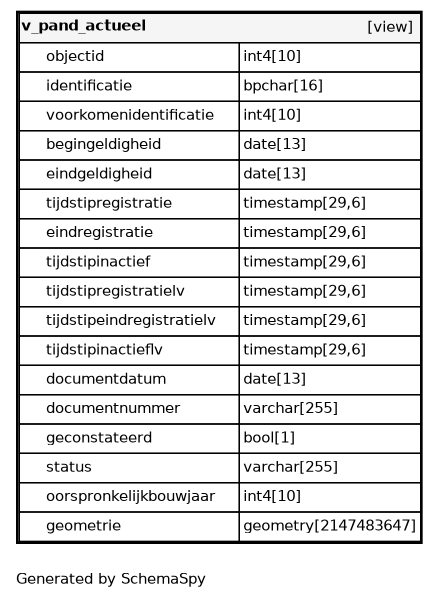
The Graphviz diagram datamodel/schemaspy/bag/diagrams/tables/v_pand_actueel.1degree.png in B3Partners/brmo, before a commit. Its source is kept beside it as datamodel/schemaspy/bag/diagrams/tables/v_pand_actueel.1degree.dot.
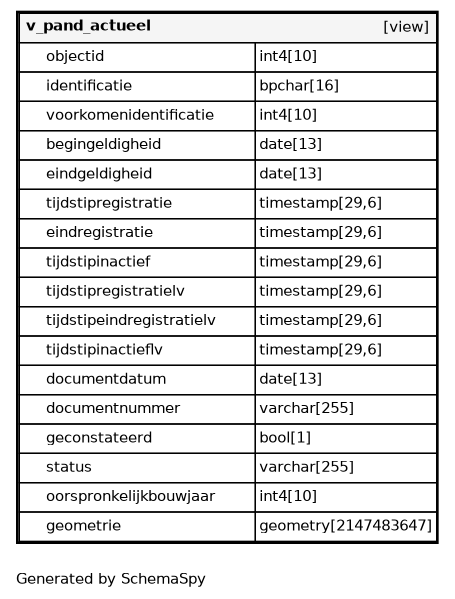
Later version of the same file.

Change to the diagram source:
```diff
@@ -1,26 +1,26 @@
 digraph "oneDegreeRelationshipsDiagram" {
-  graph [    rankdir="RL"    bgcolor="#ffffff"    label="\nGenerated by SchemaSpy"    labeljust="l"    nodesep="0.18"    ranksep="0.46"    fontname="Helvetica"    fontsize="11"    ration="compress"  ];  node [    fontname="Helvetica"    fontsize="11"    shape="plaintext"  ];  edge [    arrowsize="0.8"  ];
+  graph [    rankdir="RL"    bgcolor="#ffffff"    label="\nGenerated by SchemaSpy"    labeljust="l"    nodesep="0.18"    ranksep="0.46"    fontname="Helvetica"    fontsize="11"    packmode="graph"  ];  node [    fontname="Helvetica"    fontsize="11"    shape="plaintext"  ];  edge [    arrowsize="0.8"  ];
   "v_pand_actueel" [
    label=<
     <TABLE BORDER="2" CELLBORDER="1" CELLSPACING="0" BGCOLOR="#ffffff">
-      <TR><TD COLSPAN="4"  BGCOLOR="#f5f5f5"><TABLE BORDER="0" CELLSPACING="0"><TR><TD ALIGN="LEFT" FIXEDSIZE="TRUE" WIDTH="91" HEIGHT="16"><B>v_pand_actueel</B></TD><TD ALIGN="RIGHT">[view]</TD></TR></TABLE></TD></TR>
-      <TR><TD PORT="objectid" COLSPAN="2" ALIGN="LEFT"><TABLE BORDER="0" CELLSPACING="0" ALIGN="LEFT"><TR ALIGN="LEFT"><TD ALIGN="LEFT" FIXEDSIZE="TRUE" WIDTH="15" HEIGHT="16"></TD><TD ALIGN="LEFT" FIXEDSIZE="TRUE" WIDTH="144" HEIGHT="16">objectid</TD></TR></TABLE></TD><TD PORT="objectid.type" ALIGN="LEFT">int4[10]</TD></TR>
-      <TR><TD PORT="identificatie" COLSPAN="2" ALIGN="LEFT"><TABLE BORDER="0" CELLSPACING="0" ALIGN="LEFT"><TR ALIGN="LEFT"><TD ALIGN="LEFT" FIXEDSIZE="TRUE" WIDTH="15" HEIGHT="16"></TD><TD ALIGN="LEFT" FIXEDSIZE="TRUE" WIDTH="144" HEIGHT="16">identificatie</TD></TR></TABLE></TD><TD PORT="identificatie.type" ALIGN="LEFT">bpchar[16]</TD></TR>
-      <TR><TD PORT="voorkomenidentificatie" COLSPAN="2" ALIGN="LEFT"><TABLE BORDER="0" CELLSPACING="0" ALIGN="LEFT"><TR ALIGN="LEFT"><TD ALIGN="LEFT" FIXEDSIZE="TRUE" WIDTH="15" HEIGHT="16"></TD><TD ALIGN="LEFT" FIXEDSIZE="TRUE" WIDTH="144" HEIGHT="16">voorkomenidentificatie</TD></TR></TABLE></TD><TD PORT="voorkomenidentificatie.type" ALIGN="LEFT">int4[10]</TD></TR>
-      <TR><TD PORT="begingeldigheid" COLSPAN="2" ALIGN="LEFT"><TABLE BORDER="0" CELLSPACING="0" ALIGN="LEFT"><TR ALIGN="LEFT"><TD ALIGN="LEFT" FIXEDSIZE="TRUE" WIDTH="15" HEIGHT="16"></TD><TD ALIGN="LEFT" FIXEDSIZE="TRUE" WIDTH="144" HEIGHT="16">begingeldigheid</TD></TR></TABLE></TD><TD PORT="begingeldigheid.type" ALIGN="LEFT">date[13]</TD></TR>
-      <TR><TD PORT="eindgeldigheid" COLSPAN="2" ALIGN="LEFT"><TABLE BORDER="0" CELLSPACING="0" ALIGN="LEFT"><TR ALIGN="LEFT"><TD ALIGN="LEFT" FIXEDSIZE="TRUE" WIDTH="15" HEIGHT="16"></TD><TD ALIGN="LEFT" FIXEDSIZE="TRUE" WIDTH="144" HEIGHT="16">eindgeldigheid</TD></TR></TABLE></TD><TD PORT="eindgeldigheid.type" ALIGN="LEFT">date[13]</TD></TR>
-      <TR><TD PORT="tijdstipregistratie" COLSPAN="2" ALIGN="LEFT"><TABLE BORDER="0" CELLSPACING="0" ALIGN="LEFT"><TR ALIGN="LEFT"><TD ALIGN="LEFT" FIXEDSIZE="TRUE" WIDTH="15" HEIGHT="16"></TD><TD ALIGN="LEFT" FIXEDSIZE="TRUE" WIDTH="144" HEIGHT="16">tijdstipregistratie</TD></TR></TABLE></TD><TD PORT="tijdstipregistratie.type" ALIGN="LEFT">timestamp[29,6]</TD></TR>
-      <TR><TD PORT="eindregistratie" COLSPAN="2" ALIGN="LEFT"><TABLE BORDER="0" CELLSPACING="0" ALIGN="LEFT"><TR ALIGN="LEFT"><TD ALIGN="LEFT" FIXEDSIZE="TRUE" WIDTH="15" HEIGHT="16"></TD><TD ALIGN="LEFT" FIXEDSIZE="TRUE" WIDTH="144" HEIGHT="16">eindregistratie</TD></TR></TABLE></TD><TD PORT="eindregistratie.type" ALIGN="LEFT">timestamp[29,6]</TD></TR>
-      <TR><TD PORT="tijdstipinactief" COLSPAN="2" ALIGN="LEFT"><TABLE BORDER="0" CELLSPACING="0" ALIGN="LEFT"><TR ALIGN="LEFT"><TD ALIGN="LEFT" FIXEDSIZE="TRUE" WIDTH="15" HEIGHT="16"></TD><TD ALIGN="LEFT" FIXEDSIZE="TRUE" WIDTH="144" HEIGHT="16">tijdstipinactief</TD></TR></TABLE></TD><TD PORT="tijdstipinactief.type" ALIGN="LEFT">timestamp[29,6]</TD></TR>
-      <TR><TD PORT="tijdstipregistratielv" COLSPAN="2" ALIGN="LEFT"><TABLE BORDER="0" CELLSPACING="0" ALIGN="LEFT"><TR ALIGN="LEFT"><TD ALIGN="LEFT" FIXEDSIZE="TRUE" WIDTH="15" HEIGHT="16"></TD><TD ALIGN="LEFT" FIXEDSIZE="TRUE" WIDTH="144" HEIGHT="16">tijdstipregistratielv</TD></TR></TABLE></TD><TD PORT="tijdstipregistratielv.type" ALIGN="LEFT">timestamp[29,6]</TD></TR>
-      <TR><TD PORT="tijdstipeindregistratielv" COLSPAN="2" ALIGN="LEFT"><TABLE BORDER="0" CELLSPACING="0" ALIGN="LEFT"><TR ALIGN="LEFT"><TD ALIGN="LEFT" FIXEDSIZE="TRUE" WIDTH="15" HEIGHT="16"></TD><TD ALIGN="LEFT" FIXEDSIZE="TRUE" WIDTH="144" HEIGHT="16">tijdstipeindregistratielv</TD></TR></TABLE></TD><TD PORT="tijdstipeindregistratielv.type" ALIGN="LEFT">timestamp[29,6]</TD></TR>
-      <TR><TD PORT="tijdstipinactieflv" COLSPAN="2" ALIGN="LEFT"><TABLE BORDER="0" CELLSPACING="0" ALIGN="LEFT"><TR ALIGN="LEFT"><TD ALIGN="LEFT" FIXEDSIZE="TRUE" WIDTH="15" HEIGHT="16"></TD><TD ALIGN="LEFT" FIXEDSIZE="TRUE" WIDTH="144" HEIGHT="16">tijdstipinactieflv</TD></TR></TABLE></TD><TD PORT="tijdstipinactieflv.type" ALIGN="LEFT">timestamp[29,6]</TD></TR>
-      <TR><TD PORT="documentdatum" COLSPAN="2" ALIGN="LEFT"><TABLE BORDER="0" CELLSPACING="0" ALIGN="LEFT"><TR ALIGN="LEFT"><TD ALIGN="LEFT" FIXEDSIZE="TRUE" WIDTH="15" HEIGHT="16"></TD><TD ALIGN="LEFT" FIXEDSIZE="TRUE" WIDTH="144" HEIGHT="16">documentdatum</TD></TR></TABLE></TD><TD PORT="documentdatum.type" ALIGN="LEFT">date[13]</TD></TR>
-      <TR><TD PORT="documentnummer" COLSPAN="2" ALIGN="LEFT"><TABLE BORDER="0" CELLSPACING="0" ALIGN="LEFT"><TR ALIGN="LEFT"><TD ALIGN="LEFT" FIXEDSIZE="TRUE" WIDTH="15" HEIGHT="16"></TD><TD ALIGN="LEFT" FIXEDSIZE="TRUE" WIDTH="144" HEIGHT="16">documentnummer</TD></TR></TABLE></TD><TD PORT="documentnummer.type" ALIGN="LEFT">varchar[255]</TD></TR>
-      <TR><TD PORT="geconstateerd" COLSPAN="2" ALIGN="LEFT"><TABLE BORDER="0" CELLSPACING="0" ALIGN="LEFT"><TR ALIGN="LEFT"><TD ALIGN="LEFT" FIXEDSIZE="TRUE" WIDTH="15" HEIGHT="16"></TD><TD ALIGN="LEFT" FIXEDSIZE="TRUE" WIDTH="144" HEIGHT="16">geconstateerd</TD></TR></TABLE></TD><TD PORT="geconstateerd.type" ALIGN="LEFT">bool[1]</TD></TR>
-      <TR><TD PORT="status" COLSPAN="2" ALIGN="LEFT"><TABLE BORDER="0" CELLSPACING="0" ALIGN="LEFT"><TR ALIGN="LEFT"><TD ALIGN="LEFT" FIXEDSIZE="TRUE" WIDTH="15" HEIGHT="16"></TD><TD ALIGN="LEFT" FIXEDSIZE="TRUE" WIDTH="144" HEIGHT="16">status</TD></TR></TABLE></TD><TD PORT="status.type" ALIGN="LEFT">varchar[255]</TD></TR>
-      <TR><TD PORT="oorspronkelijkbouwjaar" COLSPAN="2" ALIGN="LEFT"><TABLE BORDER="0" CELLSPACING="0" ALIGN="LEFT"><TR ALIGN="LEFT"><TD ALIGN="LEFT" FIXEDSIZE="TRUE" WIDTH="15" HEIGHT="16"></TD><TD ALIGN="LEFT" FIXEDSIZE="TRUE" WIDTH="144" HEIGHT="16">oorspronkelijkbouwjaar</TD></TR></TABLE></TD><TD PORT="oorspronkelijkbouwjaar.type" ALIGN="LEFT">int4[10]</TD></TR>
-      <TR><TD PORT="geometrie" COLSPAN="2" ALIGN="LEFT"><TABLE BORDER="0" CELLSPACING="0" ALIGN="LEFT"><TR ALIGN="LEFT"><TD ALIGN="LEFT" FIXEDSIZE="TRUE" WIDTH="15" HEIGHT="16"></TD><TD ALIGN="LEFT" FIXEDSIZE="TRUE" WIDTH="144" HEIGHT="16">geometrie</TD></TR></TABLE></TD><TD PORT="geometrie.type" ALIGN="LEFT">geometry[2147483647]</TD></TR>
+      <TR><TD COLSPAN="4"  BGCOLOR="#f5f5f5"><TABLE BORDER="0" CELLSPACING="0"><TR><TD ALIGN="LEFT" FIXEDSIZE="TRUE" WIDTH="98" HEIGHT="16"><B>v_pand_actueel</B></TD><TD ALIGN="RIGHT">[view]</TD></TR></TABLE></TD></TR>
+      <TR><TD PORT="objectid" COLSPAN="2" ALIGN="LEFT"><TABLE BORDER="0" CELLSPACING="0" ALIGN="LEFT"><TR ALIGN="LEFT"><TD ALIGN="LEFT" FIXEDSIZE="TRUE" WIDTH="15" HEIGHT="16"></TD><TD ALIGN="LEFT" FIXEDSIZE="TRUE" WIDTH="156" HEIGHT="16">objectid</TD></TR></TABLE></TD><TD PORT="objectid.type" ALIGN="LEFT">int4[10]</TD></TR>
+      <TR><TD PORT="identificatie" COLSPAN="2" ALIGN="LEFT"><TABLE BORDER="0" CELLSPACING="0" ALIGN="LEFT"><TR ALIGN="LEFT"><TD ALIGN="LEFT" FIXEDSIZE="TRUE" WIDTH="15" HEIGHT="16"></TD><TD ALIGN="LEFT" FIXEDSIZE="TRUE" WIDTH="156" HEIGHT="16">identificatie</TD></TR></TABLE></TD><TD PORT="identificatie.type" ALIGN="LEFT">bpchar[16]</TD></TR>
+      <TR><TD PORT="voorkomenidentificatie" COLSPAN="2" ALIGN="LEFT"><TABLE BORDER="0" CELLSPACING="0" ALIGN="LEFT"><TR ALIGN="LEFT"><TD ALIGN="LEFT" FIXEDSIZE="TRUE" WIDTH="15" HEIGHT="16"></TD><TD ALIGN="LEFT" FIXEDSIZE="TRUE" WIDTH="156" HEIGHT="16">voorkomenidentificatie</TD></TR></TABLE></TD><TD PORT="voorkomenidentificatie.type" ALIGN="LEFT">int4[10]</TD></TR>
+      <TR><TD PORT="begingeldigheid" COLSPAN="2" ALIGN="LEFT"><TABLE BORDER="0" CELLSPACING="0" ALIGN="LEFT"><TR ALIGN="LEFT"><TD ALIGN="LEFT" FIXEDSIZE="TRUE" WIDTH="15" HEIGHT="16"></TD><TD ALIGN="LEFT" FIXEDSIZE="TRUE" WIDTH="156" HEIGHT="16">begingeldigheid</TD></TR></TABLE></TD><TD PORT="begingeldigheid.type" ALIGN="LEFT">date[13]</TD></TR>
+      <TR><TD PORT="eindgeldigheid" COLSPAN="2" ALIGN="LEFT"><TABLE BORDER="0" CELLSPACING="0" ALIGN="LEFT"><TR ALIGN="LEFT"><TD ALIGN="LEFT" FIXEDSIZE="TRUE" WIDTH="15" HEIGHT="16"></TD><TD ALIGN="LEFT" FIXEDSIZE="TRUE" WIDTH="156" HEIGHT="16">eindgeldigheid</TD></TR></TABLE></TD><TD PORT="eindgeldigheid.type" ALIGN="LEFT">date[13]</TD></TR>
+      <TR><TD PORT="tijdstipregistratie" COLSPAN="2" ALIGN="LEFT"><TABLE BORDER="0" CELLSPACING="0" ALIGN="LEFT"><TR ALIGN="LEFT"><TD ALIGN="LEFT" FIXEDSIZE="TRUE" WIDTH="15" HEIGHT="16"></TD><TD ALIGN="LEFT" FIXEDSIZE="TRUE" WIDTH="156" HEIGHT="16">tijdstipregistratie</TD></TR></TABLE></TD><TD PORT="tijdstipregistratie.type" ALIGN="LEFT">timestamp[29,6]</TD></TR>
+      <TR><TD PORT="eindregistratie" COLSPAN="2" ALIGN="LEFT"><TABLE BORDER="0" CELLSPACING="0" ALIGN="LEFT"><TR ALIGN="LEFT"><TD ALIGN="LEFT" FIXEDSIZE="TRUE" WIDTH="15" HEIGHT="16"></TD><TD ALIGN="LEFT" FIXEDSIZE="TRUE" WIDTH="156" HEIGHT="16">eindregistratie</TD></TR></TABLE></TD><TD PORT="eindregistratie.type" ALIGN="LEFT">timestamp[29,6]</TD></TR>
+      <TR><TD PORT="tijdstipinactief" COLSPAN="2" ALIGN="LEFT"><TABLE BORDER="0" CELLSPACING="0" ALIGN="LEFT"><TR ALIGN="LEFT"><TD ALIGN="LEFT" FIXEDSIZE="TRUE" WIDTH="15" HEIGHT="16"></TD><TD ALIGN="LEFT" FIXEDSIZE="TRUE" WIDTH="156" HEIGHT="16">tijdstipinactief</TD></TR></TABLE></TD><TD PORT="tijdstipinactief.type" ALIGN="LEFT">timestamp[29,6]</TD></TR>
+      <TR><TD PORT="tijdstipregistratielv" COLSPAN="2" ALIGN="LEFT"><TABLE BORDER="0" CELLSPACING="0" ALIGN="LEFT"><TR ALIGN="LEFT"><TD ALIGN="LEFT" FIXEDSIZE="TRUE" WIDTH="15" HEIGHT="16"></TD><TD ALIGN="LEFT" FIXEDSIZE="TRUE" WIDTH="156" HEIGHT="16">tijdstipregistratielv</TD></TR></TABLE></TD><TD PORT="tijdstipregistratielv.type" ALIGN="LEFT">timestamp[29,6]</TD></TR>
+      <TR><TD PORT="tijdstipeindregistratielv" COLSPAN="2" ALIGN="LEFT"><TABLE BORDER="0" CELLSPACING="0" ALIGN="LEFT"><TR ALIGN="LEFT"><TD ALIGN="LEFT" FIXEDSIZE="TRUE" WIDTH="15" HEIGHT="16"></TD><TD ALIGN="LEFT" FIXEDSIZE="TRUE" WIDTH="156" HEIGHT="16">tijdstipeindregistratielv</TD></TR></TABLE></TD><TD PORT="tijdstipeindregistratielv.type" ALIGN="LEFT">timestamp[29,6]</TD></TR>
+      <TR><TD PORT="tijdstipinactieflv" COLSPAN="2" ALIGN="LEFT"><TABLE BORDER="0" CELLSPACING="0" ALIGN="LEFT"><TR ALIGN="LEFT"><TD ALIGN="LEFT" FIXEDSIZE="TRUE" WIDTH="15" HEIGHT="16"></TD><TD ALIGN="LEFT" FIXEDSIZE="TRUE" WIDTH="156" HEIGHT="16">tijdstipinactieflv</TD></TR></TABLE></TD><TD PORT="tijdstipinactieflv.type" ALIGN="LEFT">timestamp[29,6]</TD></TR>
+      <TR><TD PORT="documentdatum" COLSPAN="2" ALIGN="LEFT"><TABLE BORDER="0" CELLSPACING="0" ALIGN="LEFT"><TR ALIGN="LEFT"><TD ALIGN="LEFT" FIXEDSIZE="TRUE" WIDTH="15" HEIGHT="16"></TD><TD ALIGN="LEFT" FIXEDSIZE="TRUE" WIDTH="156" HEIGHT="16">documentdatum</TD></TR></TABLE></TD><TD PORT="documentdatum.type" ALIGN="LEFT">date[13]</TD></TR>
+      <TR><TD PORT="documentnummer" COLSPAN="2" ALIGN="LEFT"><TABLE BORDER="0" CELLSPACING="0" ALIGN="LEFT"><TR ALIGN="LEFT"><TD ALIGN="LEFT" FIXEDSIZE="TRUE" WIDTH="15" HEIGHT="16"></TD><TD ALIGN="LEFT" FIXEDSIZE="TRUE" WIDTH="156" HEIGHT="16">documentnummer</TD></TR></TABLE></TD><TD PORT="documentnummer.type" ALIGN="LEFT">varchar[255]</TD></TR>
+      <TR><TD PORT="geconstateerd" COLSPAN="2" ALIGN="LEFT"><TABLE BORDER="0" CELLSPACING="0" ALIGN="LEFT"><TR ALIGN="LEFT"><TD ALIGN="LEFT" FIXEDSIZE="TRUE" WIDTH="15" HEIGHT="16"></TD><TD ALIGN="LEFT" FIXEDSIZE="TRUE" WIDTH="156" HEIGHT="16">geconstateerd</TD></TR></TABLE></TD><TD PORT="geconstateerd.type" ALIGN="LEFT">bool[1]</TD></TR>
+      <TR><TD PORT="status" COLSPAN="2" ALIGN="LEFT"><TABLE BORDER="0" CELLSPACING="0" ALIGN="LEFT"><TR ALIGN="LEFT"><TD ALIGN="LEFT" FIXEDSIZE="TRUE" WIDTH="15" HEIGHT="16"></TD><TD ALIGN="LEFT" FIXEDSIZE="TRUE" WIDTH="156" HEIGHT="16">status</TD></TR></TABLE></TD><TD PORT="status.type" ALIGN="LEFT">varchar[255]</TD></TR>
+      <TR><TD PORT="oorspronkelijkbouwjaar" COLSPAN="2" ALIGN="LEFT"><TABLE BORDER="0" CELLSPACING="0" ALIGN="LEFT"><TR ALIGN="LEFT"><TD ALIGN="LEFT" FIXEDSIZE="TRUE" WIDTH="15" HEIGHT="16"></TD><TD ALIGN="LEFT" FIXEDSIZE="TRUE" WIDTH="156" HEIGHT="16">oorspronkelijkbouwjaar</TD></TR></TABLE></TD><TD PORT="oorspronkelijkbouwjaar.type" ALIGN="LEFT">int4[10]</TD></TR>
+      <TR><TD PORT="geometrie" COLSPAN="2" ALIGN="LEFT"><TABLE BORDER="0" CELLSPACING="0" ALIGN="LEFT"><TR ALIGN="LEFT"><TD ALIGN="LEFT" FIXEDSIZE="TRUE" WIDTH="15" HEIGHT="16"></TD><TD ALIGN="LEFT" FIXEDSIZE="TRUE" WIDTH="156" HEIGHT="16">geometrie</TD></TR></TABLE></TD><TD PORT="geometrie.type" ALIGN="LEFT">geometry[2147483647]</TD></TR>
     </TABLE>>
     URL="v_pand_actueel.html"
     target="_top"
```
